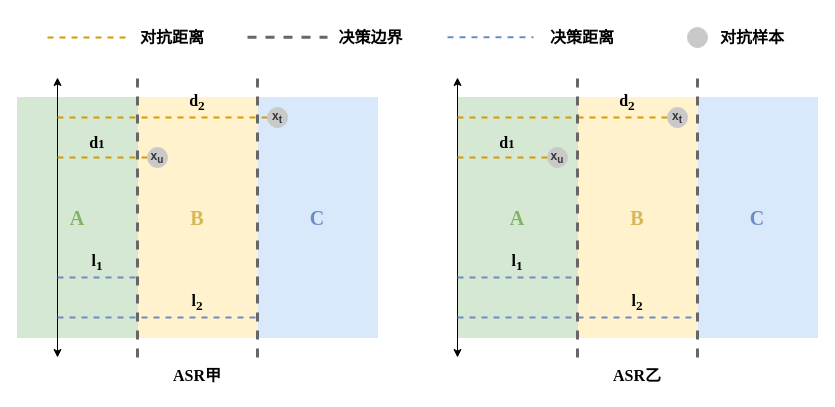
Momoyeyu/Draw.io-Repo keeps this draw.io diagram as 目标与非目标决策边界对比.drawio. Above is the earlier version. Source tidied: cells renumbered, new cells numbered last; positions are measured from the earlier drawing's top-left corner, leaving out a move shared by most shapes. Both pictures are drawn from the tidied source at 100%, with x=0, y=0 at pixel (17, 17).
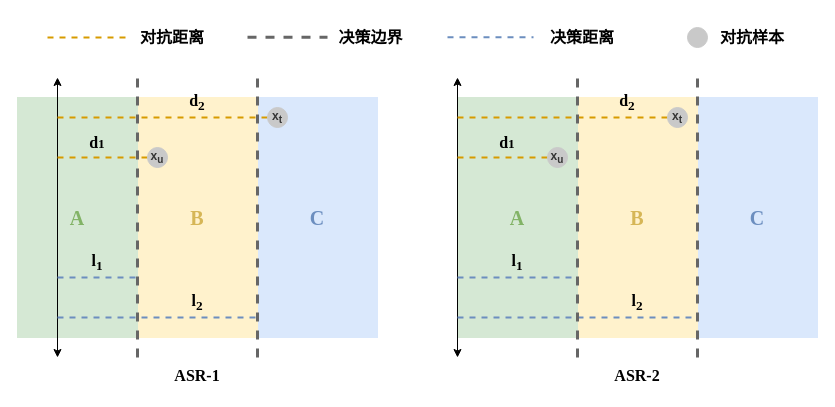
Above is the later version.

Commit message:
更新目标与非目标决策边界对比.drawio

Diff of the diagram source:
```diff
@@
-    <mxCell id="26" value="&lt;font face=&quot;Times New Roman&quot; style=&quot;font-size: 16px;&quot;&gt;&lt;b&gt;ASR甲&lt;/b&gt;&lt;/font&gt;" style="text;html=1;align=center;verticalAlign=middle;whiteSpace=wrap;rounded=0;" parent="1" vertex="1">
+    <mxCell id="26" value="&lt;font face=&quot;Times New Roman&quot; style=&quot;font-size: 16px;&quot;&gt;&lt;b&gt;ASR-1&lt;/b&gt;&lt;/font&gt;" style="text;html=1;align=center;verticalAlign=middle;whiteSpace=wrap;rounded=0;" parent="1" vertex="1">
       <mxGeometry x="150" y="343" width="60" height="30" as="geometry" />
     </mxCell>
-    <mxCell id="27" value="&lt;font face=&quot;Times New Roman&quot; style=&quot;font-size: 16px;&quot;&gt;&lt;b&gt;ASR乙&lt;/b&gt;&lt;/font&gt;" style="text;html=1;align=center;verticalAlign=middle;whiteSpace=wrap;rounded=0;" parent="1" vertex="1">
+    <mxCell id="27" value="&lt;font face=&quot;Times New Roman&quot; style=&quot;font-size: 16px;&quot;&gt;&lt;b&gt;ASR-2&lt;/b&gt;&lt;/font&gt;" style="text;html=1;align=center;verticalAlign=middle;whiteSpace=wrap;rounded=0;" parent="1" vertex="1">
       <mxGeometry x="590" y="343" width="60" height="30" as="geometry" />
     </mxCell>
```
